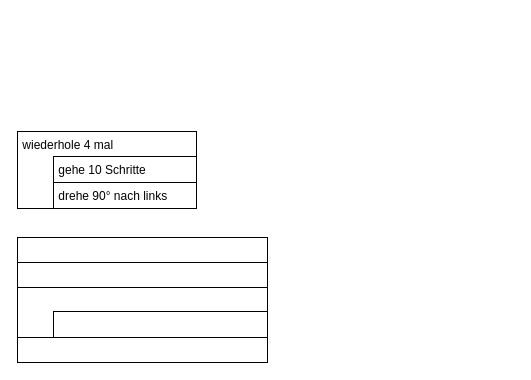
Before: Jahrgangsstufe 7.drawio in JoernWVSG/diagram, a draw.io diagram. Source tidied: cells renumbered, new cells numbered last; positions are measured from the earlier drawing's top-left corner, leaving out a move shared by most shapes. Both pictures are drawn from the tidied source at 100%, with x=0, y=0 at pixel (17, 131).
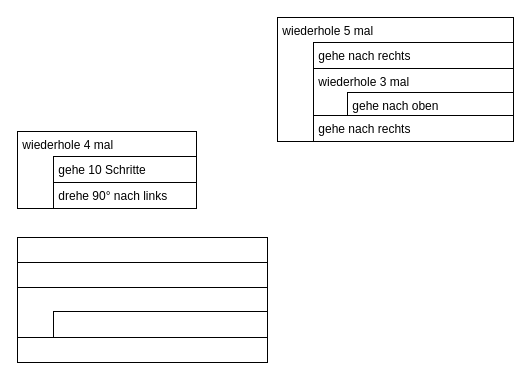
Above is the later version.

What changed in the source:
```diff
@@
 <mxGraphModel>
   <root>
     <mxCell id="0" />
     <mxCell id="1" parent="0" />
     <mxCell id="2" value="&amp;nbsp;wiederhole 4 mal" style="rounded=0;whiteSpace=wrap;html=1;align=left;verticalAlign=top;" parent="1" vertex="1">
       <mxGeometry width="179" height="77" as="geometry" />
     </mxCell>
     <mxCell id="3" value="&amp;nbsp;gehe 10 Schritte" style="rounded=0;whiteSpace=wrap;html=1;align=left;verticalAlign=top;" parent="1" vertex="1">
       <mxGeometry x="36" y="25" width="143" height="26" as="geometry" />
     </mxCell>
     <mxCell id="4" value="&amp;nbsp;drehe 90° nach links" style="rounded=0;whiteSpace=wrap;html=1;align=left;verticalAlign=top;" parent="1" vertex="1">
       <mxGeometry x="36" y="51" width="143" height="26" as="geometry" />
     </mxCell>
     <mxCell id="5" style="rounded=0;whiteSpace=wrap;html=1;align=left;verticalAlign=top;" parent="1" vertex="1">
       <mxGeometry y="155" width="250" height="51" as="geometry" />
     </mxCell>
     <mxCell id="6" style="rounded=0;whiteSpace=wrap;html=1;align=left;verticalAlign=top;" parent="1" vertex="1">
       <mxGeometry x="36" y="180" width="214" height="26" as="geometry" />
     </mxCell>
     <mxCell id="7" style="rounded=0;whiteSpace=wrap;html=1;align=left;verticalAlign=top;" parent="1" vertex="1">
       <mxGeometry y="131" width="250" height="25" as="geometry" />
     </mxCell>
     <mxCell id="8" style="rounded=0;whiteSpace=wrap;html=1;align=left;verticalAlign=top;" parent="1" vertex="1">
       <mxGeometry y="106" width="250" height="25" as="geometry" />
     </mxCell>
     <mxCell id="9" style="rounded=0;whiteSpace=wrap;html=1;align=left;verticalAlign=top;" parent="1" vertex="1">
       <mxGeometry y="206" width="250" height="25" as="geometry" />
     </mxCell>
+    <mxCell id="10" value="&amp;nbsp;wiederhole 5 mal" style="rounded=0;whiteSpace=wrap;html=1;align=left;verticalAlign=top;" parent="1" vertex="1">
+      <mxGeometry x="260" y="-114" width="236" height="124" as="geometry" />
+    </mxCell>
+    <mxCell id="11" value="&amp;nbsp;gehe nach rechts" style="rounded=0;whiteSpace=wrap;html=1;align=left;verticalAlign=top;" parent="1" vertex="1">
+      <mxGeometry x="296" y="-89" width="200" height="26" as="geometry" />
+    </mxCell>
+    <mxCell id="12" value="&amp;nbsp;wiederhole 3 mal" style="rounded=0;whiteSpace=wrap;html=1;align=left;verticalAlign=top;" parent="1" vertex="1">
+      <mxGeometry x="296" y="-63" width="200" height="50" as="geometry" />
+    </mxCell>
+    <mxCell id="13" value="&amp;nbsp;gehe nach oben" style="rounded=0;whiteSpace=wrap;html=1;align=left;verticalAlign=top;" parent="1" vertex="1">
+      <mxGeometry x="330" y="-39" width="166" height="26" as="geometry" />
+    </mxCell>
+    <mxCell id="14" value="&amp;nbsp;gehe nach rechts" style="rounded=0;whiteSpace=wrap;html=1;align=left;verticalAlign=top;" parent="1" vertex="1">
+      <mxGeometry x="296" y="-16" width="200" height="26" as="geometry" />
+    </mxCell>
   </root>
 </mxGraphModel>
```
